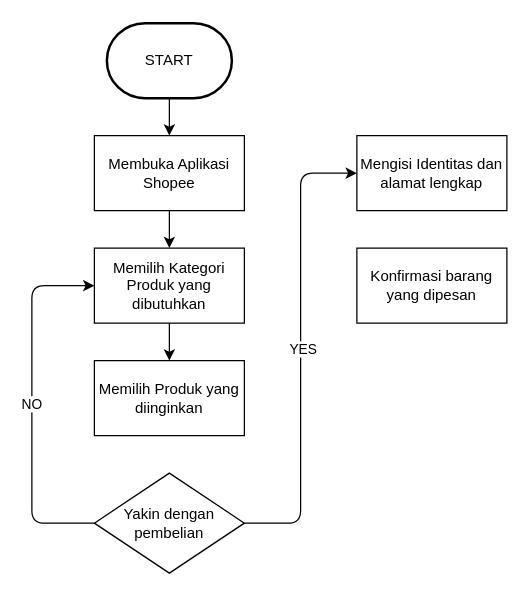
AngelicaChristina/Angelica_Christina-Pembelian_Barang_Shopee keeps this draw.io diagram as flowchart.drawio. Above is the earlier version. Source tidied: cells renumbered, new cells numbered last; positions are measured from the earlier drawing's top-left corner, leaving out a move shared by most shapes. Both pictures are drawn from the tidied source at 125%, with x=0, y=0 at pixel (31, 22).
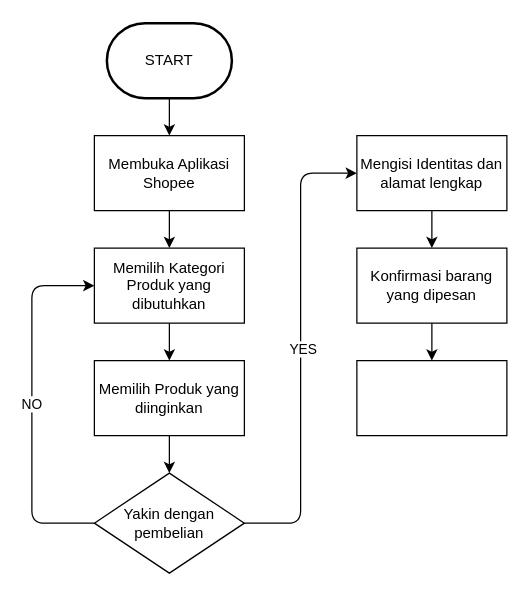
The same diagram, later.

Commit message:
Perhitungan variabel, jumlah, harga, dan total

The change refers to these unchanged cells:
```xml
<mxCell id="8" value="Memilih Produk yang diinginkan" style="rounded=0;whiteSpace=wrap;html=1;" parent="1" vertex="1">
  <mxGeometry x="50" y="270" width="120" height="60" as="geometry" />
</mxCell>
<mxCell id="12" value="Yakin dengan pembelian" style="rhombus;whiteSpace=wrap;html=1;" parent="1" vertex="1">
  <mxGeometry x="50" y="360" width="120" height="80" as="geometry" />
</mxCell>
<mxCell id="13" value="Mengisi Identitas dan alamat lengkap" style="rounded=0;whiteSpace=wrap;html=1;" parent="1" vertex="1">
  <mxGeometry x="260" y="90" width="120" height="60" as="geometry" />
</mxCell>
<mxCell id="14" value="Konfirmasi barang yang dipesan" style="rounded=0;whiteSpace=wrap;html=1;" parent="1" vertex="1">
  <mxGeometry x="260" y="180" width="120" height="60" as="geometry" />
</mxCell>
```

Change to the diagram source:
```diff
@@
+    <mxCell id="15" style="edgeStyle=orthogonalEdgeStyle;html=1;exitX=0.5;exitY=1;exitDx=0;exitDy=0;entryX=0.5;entryY=0;entryDx=0;entryDy=0;" parent="1" edge="1" source="8" target="12">
+      <mxGeometry relative="1" as="geometry" />
+    </mxCell>
@@
+    <mxCell id="16" style="edgeStyle=orthogonalEdgeStyle;html=1;exitX=0.5;exitY=1;exitDx=0;exitDy=0;entryX=0.5;entryY=0;entryDx=0;entryDy=0;" parent="1" edge="1" source="13" target="14">
+      <mxGeometry relative="1" as="geometry" />
+    </mxCell>
@@
+    <mxCell id="17" style="edgeStyle=orthogonalEdgeStyle;html=1;exitX=0.5;exitY=1;exitDx=0;exitDy=0;entryX=0.5;entryY=0;entryDx=0;entryDy=0;" parent="1" edge="1" source="14" target="18">
+      <mxGeometry relative="1" as="geometry" />
+    </mxCell>
@@
+    <mxCell id="18" style="rounded=0;whiteSpace=wrap;html=1;" parent="1" vertex="1">
+      <mxGeometry x="260" y="270" width="120" height="60" as="geometry" />
+    </mxCell>
```
